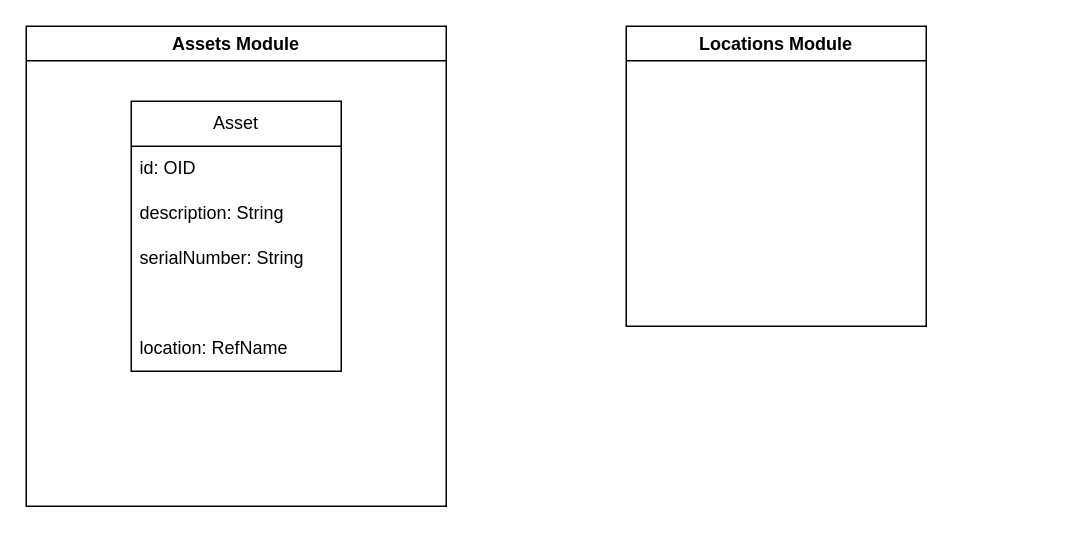
The draw.io diagram message-ideas.drawio in damien-m-abrahams/diagrams, before the edit. Source tidied: cells renumbered, new cells numbered last; positions are measured from the earlier drawing's top-left corner, leaving out a move shared by most shapes. Both pictures are drawn from the tidied source at 150%, with x=0, y=0 at pixel (26, 26).
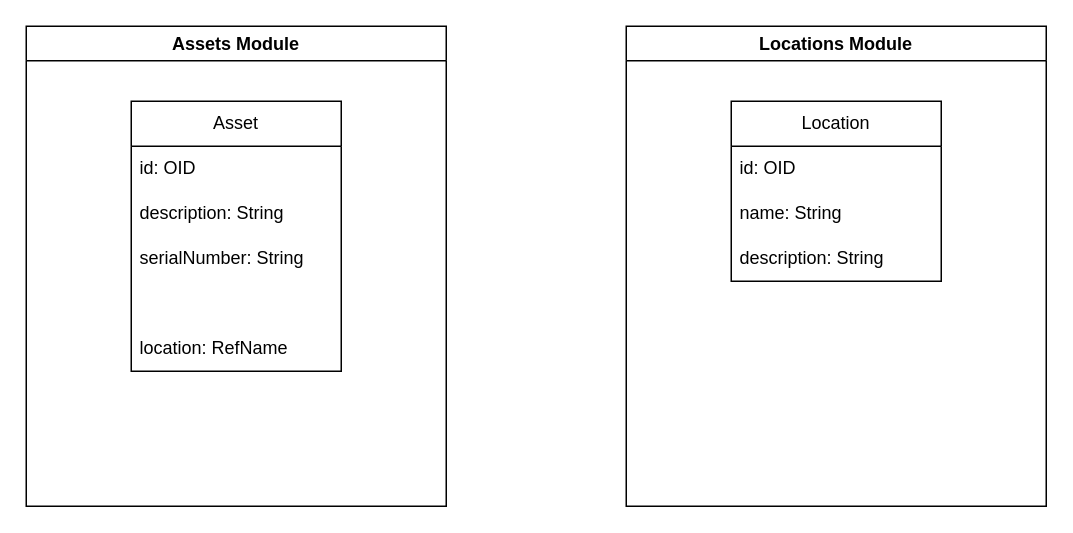
The same page after the edit.

Commit message:
Add Location model

Diff of the diagram source:
```diff
@@
 <mxGraphModel>
   <root>
     <mxCell id="0" />
     <mxCell id="1" parent="0" />
     <mxCell id="2" value="Assets Module" style="swimlane;whiteSpace=wrap;html=1;" parent="1" vertex="1">
       <mxGeometry width="280" height="320" as="geometry" />
     </mxCell>
     <mxCell id="3" value="Asset" style="swimlane;fontStyle=0;horizontal=1;startSize=30;whiteSpace=wrap;html=1;" parent="2" vertex="1">
       <mxGeometry x="70" y="50" width="140" height="180" as="geometry" />
     </mxCell>
     <mxCell id="4" value="id: OID" style="text;strokeColor=none;fillColor=none;align=left;verticalAlign=middle;spacingLeft=4;spacingRight=4;overflow=hidden;whiteSpace=wrap;html=1;" parent="3" vertex="1">
       <mxGeometry y="30" width="140" height="30" as="geometry" />
     </mxCell>
     <mxCell id="5" value="description: String" style="text;strokeColor=none;fillColor=none;align=left;verticalAlign=middle;spacingLeft=4;spacingRight=4;overflow=hidden;whiteSpace=wrap;html=1;" parent="3" vertex="1">
       <mxGeometry y="60" width="140" height="30" as="geometry" />
     </mxCell>
     <mxCell id="6" value="serialNumber: String" style="text;strokeColor=none;fillColor=none;align=left;verticalAlign=middle;spacingLeft=4;spacingRight=4;overflow=hidden;whiteSpace=wrap;html=1;" parent="3" vertex="1">
       <mxGeometry y="90" width="140" height="30" as="geometry" />
     </mxCell>
     <mxCell id="7" style="text;strokeColor=none;fillColor=none;align=left;verticalAlign=middle;spacingLeft=4;spacingRight=4;overflow=hidden;whiteSpace=wrap;html=1;" parent="3" vertex="1">
       <mxGeometry y="120" width="140" height="30" as="geometry" />
     </mxCell>
     <mxCell id="8" value="location: RefName" style="text;strokeColor=none;fillColor=none;align=left;verticalAlign=middle;spacingLeft=4;spacingRight=4;overflow=hidden;whiteSpace=wrap;html=1;" parent="3" vertex="1">
       <mxGeometry y="150" width="140" height="30" as="geometry" />
     </mxCell>
     <mxCell id="9" value="Locations Module" style="swimlane;whiteSpace=wrap;html=1;" parent="1" vertex="1">
-      <mxGeometry x="400" width="200" height="200" as="geometry" />
+      <mxGeometry x="400" width="280" height="320" as="geometry" />
     </mxCell>
+    <mxCell id="10" value="Location" style="swimlane;fontStyle=0;horizontal=1;startSize=30;whiteSpace=wrap;html=1;" parent="9" vertex="1">
+      <mxGeometry x="70" y="50" width="140" height="120" as="geometry" />
+    </mxCell>
+    <mxCell id="11" value="id: OID" style="text;strokeColor=none;fillColor=none;align=left;verticalAlign=middle;spacingLeft=4;spacingRight=4;overflow=hidden;whiteSpace=wrap;html=1;" parent="10" vertex="1">
+      <mxGeometry y="30" width="140" height="30" as="geometry" />
+    </mxCell>
+    <mxCell id="12" value="name: String" style="text;strokeColor=none;fillColor=none;align=left;verticalAlign=middle;spacingLeft=4;spacingRight=4;overflow=hidden;whiteSpace=wrap;html=1;" parent="10" vertex="1">
+      <mxGeometry y="60" width="140" height="30" as="geometry" />
+    </mxCell>
+    <mxCell id="13" value="description: String" style="text;strokeColor=none;fillColor=none;align=left;verticalAlign=middle;spacingLeft=4;spacingRight=4;overflow=hidden;whiteSpace=wrap;html=1;" parent="10" vertex="1">
+      <mxGeometry y="90" width="140" height="30" as="geometry" />
+    </mxCell>
   </root>
 </mxGraphModel>
```
